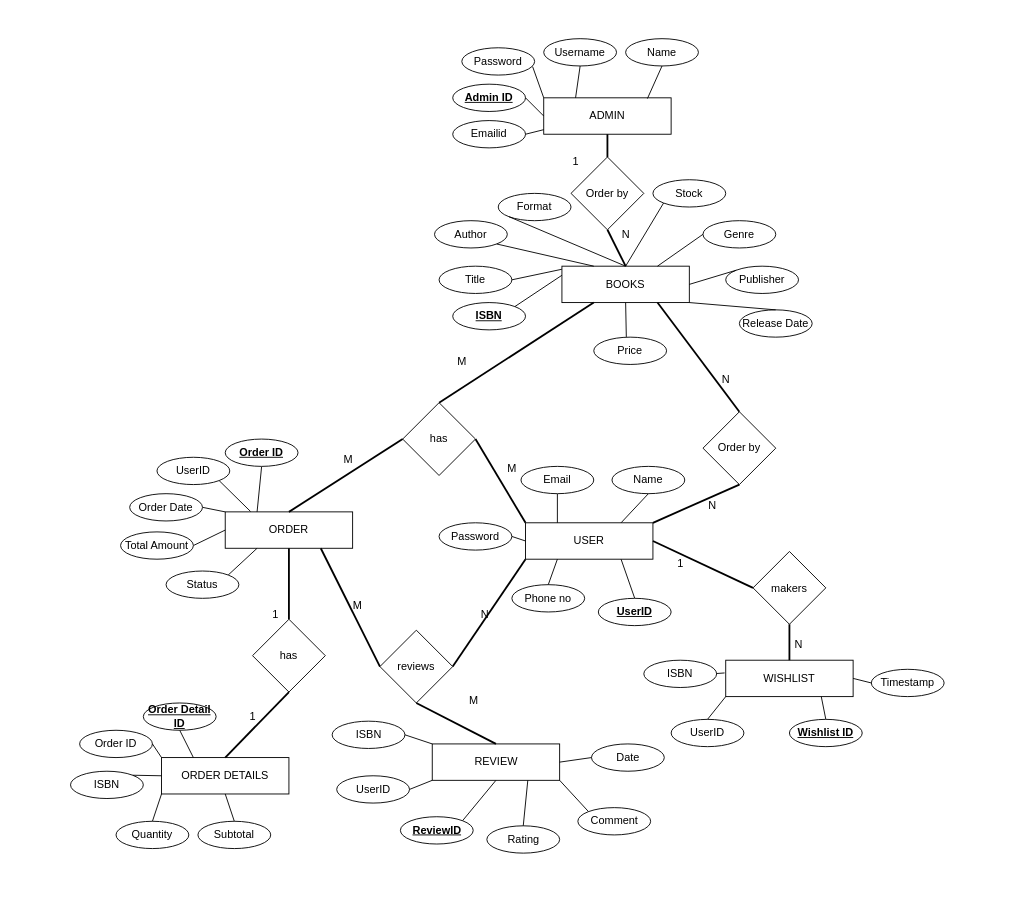
Before: images/Untitled Diagram.drawio in kkbughunter/Online_book_store_BalkanID, a draw.io diagram. Source tidied: cells renumbered, new cells numbered last; positions are measured from the earlier drawing's top-left corner, leaving out a move shared by most shapes. Both pictures are drawn from the tidied source at 91%, with x=0, y=0 at pixel (70, 38).
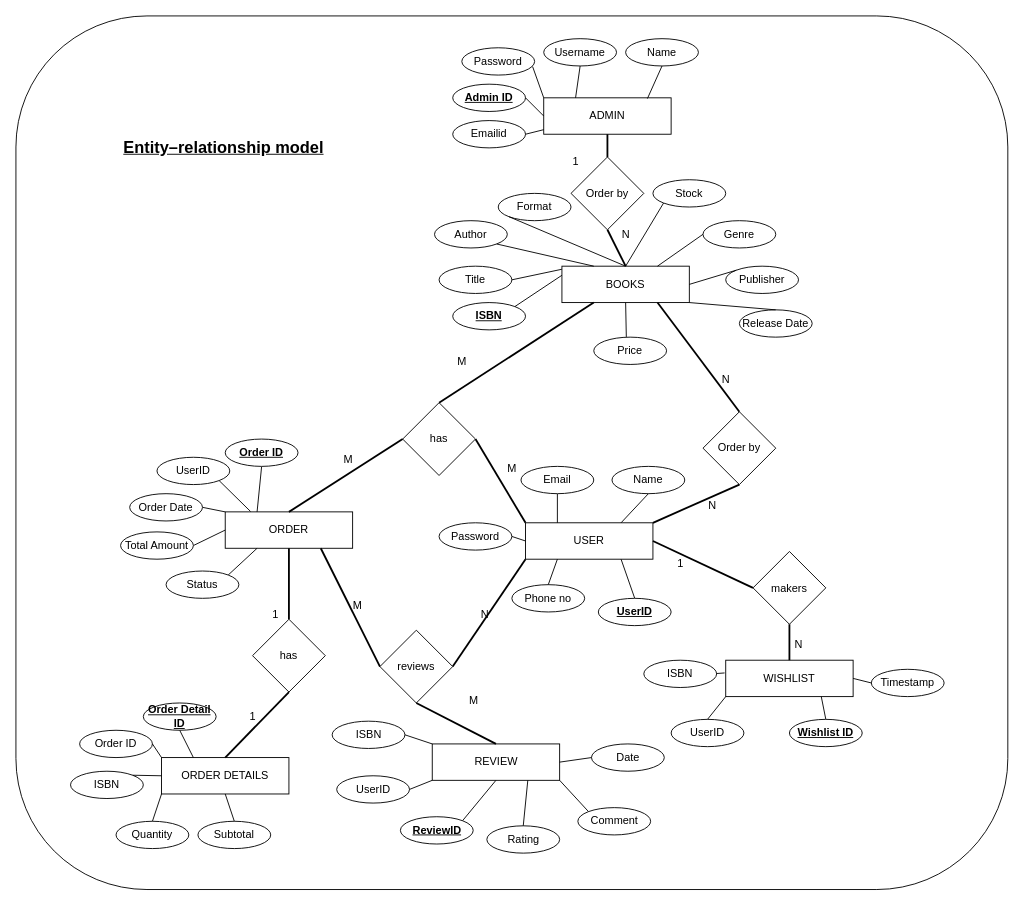
Above is the later version.

Change to the diagram source:
```diff
@@
+    <mxCell id="121" style="rounded=1;whiteSpace=wrap;html=1;" parent="1" vertex="1">
+      <mxGeometry x="-60" y="-25" width="1090" height="960" as="geometry" />
+    </mxCell>
@@
+    <mxCell id="122" value="&lt;div class=&quot;SPZz6b&quot;&gt;&lt;h2 class=&quot;qrShPb pXs6bb PZPZlf q8U8x aTI8gc hNKfZe&quot;&gt;&lt;u&gt;Entity–relationship model&lt;/u&gt;&lt;/h2&gt;&lt;/div&gt;" style="text;html=1;align=center;verticalAlign=middle;strokeColor=none;fillColor=none;fontStyle=1;" parent="1" vertex="1">
+      <mxGeometry x="47.5" y="90" width="240" height="60" as="geometry" />
+    </mxCell>
```
